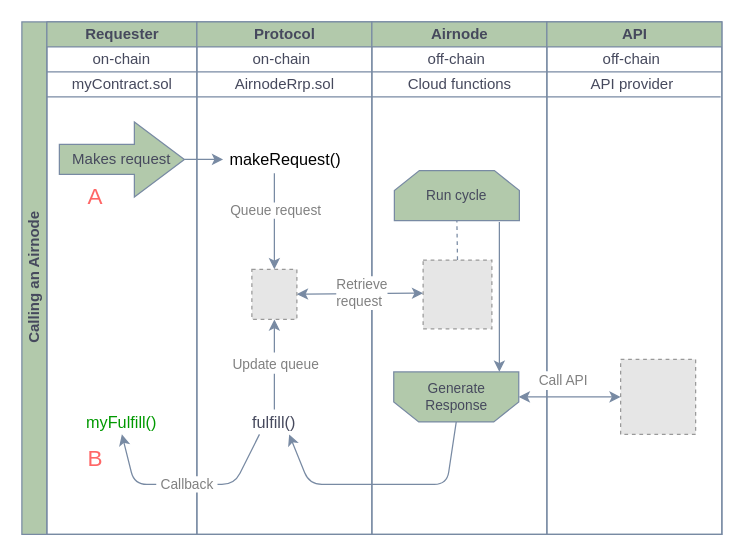
Before: docs/next/assets/diagrams/call-an-airnode.drawio in api3dao/old-api3-docs, a draw.io diagram. Source tidied: cells renumbered, new cells numbered last; positions are measured from the earlier drawing's top-left corner, leaving out a move shared by most shapes. Both pictures are drawn from the tidied source at 125%, with x=0, y=0 at pixel (21, 21). Pictures stored in the file or linked from it are replaced by grey dashed boxes.
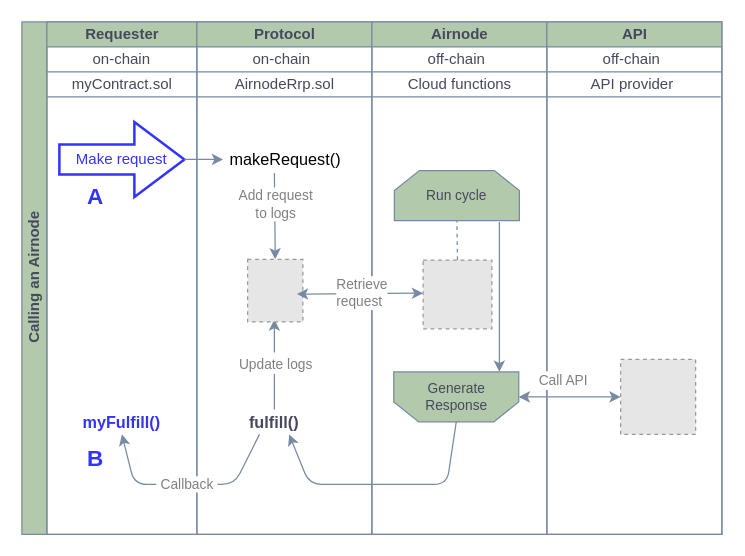
Above is the later version.

Commit message (it also covers changes not shown here):
Diagram work and text about them

The change refers to these unchanged cells:
```xml
<mxCell id="2" value="Calling an Airnode" style="swimlane;html=1;startSize=20;horizontal=0;rounded=0;sketch=0;fontColor=#46495D;strokeColor=#788AA3;fillColor=#B2C9AB;" parent="1" vertex="1">
  <mxGeometry width="560" height="410" as="geometry" />
</mxCell>
<mxCell id="3" value="Requester" style="swimlane;html=1;startSize=20;fillColor=#B2C9AB;strokeColor=#788AA3;fontColor=#46495D;" parent="2" vertex="1">
  <mxGeometry x="20" width="120" height="410" as="geometry" />
</mxCell>
<mxCell id="13" value="Protocol" style="swimlane;html=1;startSize=20;fillColor=#B2C9AB;strokeColor=#788AA3;fontColor=#46495D;" parent="2" vertex="1">
  <mxGeometry x="140" width="140" height="410" as="geometry" />
</mxCell>
<mxCell id="18" value="&lt;font color=&quot;#000000&quot; style=&quot;font-size: 13px;&quot;&gt;makeRequest()&lt;/font&gt;" style="text;html=1;strokeColor=none;fillColor=none;align=center;verticalAlign=middle;whiteSpace=wrap;rounded=0;sketch=0;fontColor=#46495D;fontSize=13;" parent="13" vertex="1">
  <mxGeometry x="21" y="100" width="100" height="20" as="geometry" />
</mxCell>
```

The edit, as a diff of the source:
```diff
@@
-    <mxCell id="6" value="Makes request" style="shape=singleArrow;whiteSpace=wrap;html=1;arrowWidth=0.4;arrowSize=0.4;rounded=0;sketch=0;fontColor=#46495D;strokeColor=#788AA3;fillColor=#B2C9AB;" parent="3" vertex="1">
+    <mxCell id="6" value="&lt;font color=&quot;#3333ff&quot;&gt;Make request&lt;/font&gt;" style="shape=singleArrow;whiteSpace=wrap;html=1;arrowWidth=0.4;arrowSize=0.4;rounded=0;sketch=0;strokeColor=#3333FF;strokeWidth=2;" parent="3" vertex="1">
       <mxGeometry x="10" y="80" width="100" height="60" as="geometry" />
     </mxCell>
@@
-    <mxCell id="9" value="myFulfill()" style="text;html=1;strokeColor=none;fillColor=none;align=center;verticalAlign=middle;whiteSpace=wrap;rounded=0;sketch=0;fontStyle=0;fontColor=#009900;fontSize=13;" parent="3" vertex="1">
+    <mxCell id="9" value="&lt;font color=&quot;#3333ff&quot;&gt;&lt;b&gt;myFulfill()&lt;/b&gt;&lt;/font&gt;" style="text;html=1;strokeColor=none;fillColor=none;align=center;verticalAlign=middle;whiteSpace=wrap;rounded=0;sketch=0;fontStyle=0;fontColor=#009900;fontSize=13;" parent="3" vertex="1">
       <mxGeometry x="30" y="310" width="60" height="20" as="geometry" />
     </mxCell>
-    <mxCell id="10" value="&lt;font style=&quot;font-size: 18px&quot; color=&quot;#ff6666&quot;&gt;A&lt;/font&gt;" style="text;html=1;strokeColor=none;fillColor=none;align=center;verticalAlign=middle;whiteSpace=wrap;rounded=0;sketch=0;fontSize=14;fontColor=#009900;" parent="3" vertex="1">
+    <mxCell id="10" value="&lt;font style=&quot;font-size: 18px&quot; color=&quot;#3333ff&quot;&gt;&lt;b&gt;A&lt;/b&gt;&lt;/font&gt;" style="text;html=1;strokeColor=none;fillColor=none;align=center;verticalAlign=middle;whiteSpace=wrap;rounded=0;sketch=0;fontSize=14;fontColor=#009900;" parent="3" vertex="1">
       <mxGeometry x="19" y="130" width="40" height="20" as="geometry" />
     </mxCell>
-    <mxCell id="11" value="&lt;font style=&quot;font-size: 18px&quot; color=&quot;#ff6666&quot;&gt;B&lt;/font&gt;" style="text;html=1;strokeColor=none;fillColor=none;align=center;verticalAlign=middle;whiteSpace=wrap;rounded=0;sketch=0;fontSize=14;fontColor=#009900;" parent="3" vertex="1">
+    <mxCell id="11" value="&lt;font style=&quot;font-size: 18px&quot; color=&quot;#3333ff&quot;&gt;&lt;b&gt;B&lt;/b&gt;&lt;/font&gt;" style="text;html=1;strokeColor=none;fillColor=none;align=center;verticalAlign=middle;whiteSpace=wrap;rounded=0;sketch=0;fontSize=14;fontColor=#009900;" parent="3" vertex="1">
       <mxGeometry x="19" y="340" width="40" height="20" as="geometry" />
     </mxCell>
@@
-    <mxCell id="15" style="fillColor=#E6E6E6;strokeColor=#999999;dashed=1;verticalLabelPosition=bottom;labelBackgroundColor=#ffffff;verticalAlign=top;" parent="13" vertex="1">
-      <mxGeometry x="44" y="198" width="36" height="40" as="geometry" />
-    </mxCell>
-    <mxCell id="16" style="endArrow=classic;html=1;fontColor=#46495D;strokeColor=#788AA3;fillColor=#B2C9AB;entryX=0.5;entryY=0;entryDx=0;entryDy=0;exitX=0.41;exitY=1.05;exitDx=0;exitDy=0;exitPerimeter=0;" parent="13" edge="1" source="18" target="15">
-      <mxGeometry relative="1" as="geometry" />
+    <mxCell id="16" style="endArrow=classic;html=1;fontColor=#46495D;strokeColor=#788AA3;fillColor=#B2C9AB;exitX=0.41;exitY=1.05;exitDx=0;exitDy=0;exitPerimeter=0;entryX=0.5;entryY=0;entryDx=0;entryDy=0;" parent="13" edge="1" target="40">
+      <mxGeometry relative="1" as="geometry">
+        <mxPoint x="62" y="121" as="sourcePoint" />
+      </mxGeometry>
     </mxCell>
-    <mxCell id="17" value="&lt;font style=&quot;font-size: 11px&quot;&gt;Queue request&lt;/font&gt;" style="edgeLabel;html=1;align=center;verticalAlign=middle;fontColor=#808080;" parent="16" vertex="1">
+    <mxCell id="17" value="&lt;font style=&quot;font-size: 11px&quot;&gt;Add request&lt;br&gt;to logs&lt;br&gt;&lt;/font&gt;" style="edgeLabel;html=1;align=center;verticalAlign=middle;fontColor=#808080;" parent="16" vertex="1">
       <mxGeometry relative="1" as="geometry">
         <mxPoint y="-10" as="offset" />
       </mxGeometry>
     </mxCell>
@@
-    <mxCell id="20" style="edgeStyle=orthogonalEdgeStyle;curved=0;rounded=1;sketch=0;jettySize=auto;html=1;entryX=0.5;entryY=1;entryDx=0;entryDy=0;fontSize=14;fontColor=#009900;startArrow=none;startFill=0;strokeColor=#788AA3;fillColor=#B2C9AB;" parent="13" edge="1" source="22" target="15">
-      <mxGeometry relative="1" as="geometry" />
+    <mxCell id="20" style="edgeStyle=orthogonalEdgeStyle;curved=0;rounded=1;sketch=0;jettySize=auto;html=1;entryX=0.5;entryY=1;entryDx=0;entryDy=0;fontSize=14;fontColor=#009900;startArrow=none;startFill=0;strokeColor=#788AA3;fillColor=#B2C9AB;" parent="13" edge="1" source="22">
+      <mxGeometry relative="1" as="geometry">
+        <mxPoint x="62" y="238" as="targetPoint" />
+      </mxGeometry>
     </mxCell>
-    <mxCell id="21" value="&lt;font style=&quot;font-size: 11px&quot; color=&quot;#808080&quot;&gt;Update queue&lt;/font&gt;" style="edgeLabel;html=1;align=center;verticalAlign=middle;fontSize=14;fontColor=#009900;" parent="20" vertex="1">
+    <mxCell id="21" value="&lt;font style=&quot;font-size: 11px&quot; color=&quot;#808080&quot;&gt;Update logs&lt;/font&gt;" style="edgeLabel;html=1;align=center;verticalAlign=middle;fontSize=14;fontColor=#009900;" parent="20" vertex="1">
       <mxGeometry x="0.06" relative="1" as="geometry" />
     </mxCell>
-    <mxCell id="22" value="&lt;font style=&quot;font-size: 13px;&quot;&gt;fulfill()&lt;/font&gt;" style="text;html=1;strokeColor=none;fillColor=none;align=center;verticalAlign=middle;whiteSpace=wrap;rounded=0;sketch=0;fontColor=#46495D;fontStyle=0;fontSize=13;" parent="13" vertex="1">
+    <mxCell id="22" value="&lt;font style=&quot;font-size: 13px&quot;&gt;&lt;b&gt;fulfill()&lt;/b&gt;&lt;/font&gt;" style="text;html=1;strokeColor=none;fillColor=none;align=center;verticalAlign=middle;whiteSpace=wrap;rounded=0;sketch=0;fontColor=#46495D;fontStyle=0;fontSize=13;" parent="13" vertex="1">
       <mxGeometry x="38.2" y="310" width="47.5" height="20" as="geometry" />
     </mxCell>
+    <mxCell id="40" style="fillColor=#E6E6E6;strokeColor=#999999;dashed=1;verticalLabelPosition=bottom;labelBackgroundColor=#ffffff;verticalAlign=top;" parent="13" vertex="1">
+      <mxGeometry x="40.6" y="190" width="44.2" height="50" as="geometry" />
+    </mxCell>
@@
-    <mxCell id="31" value="&lt;font color=&quot;#808080&quot;&gt;Retrieve&lt;br&gt;request&lt;/font&gt;" style="endArrow=classic;startArrow=classic;html=1;fontColor=#46495D;strokeColor=#788AA3;fillColor=#B2C9AB;entryX=0;entryY=0.5;entryDx=0;entryDy=0;align=left;" parent="2" edge="1" source="15">
+    <mxCell id="31" value="&lt;font color=&quot;#808080&quot;&gt;Retrieve&lt;br&gt;request&lt;/font&gt;" style="endArrow=classic;startArrow=classic;html=1;fontColor=#46495D;strokeColor=#788AA3;fillColor=#B2C9AB;entryX=0;entryY=0.5;entryDx=0;entryDy=0;align=left;" parent="2" edge="1">
       <mxGeometry x="-0.4" y="1" relative="1" as="geometry">
+        <mxPoint x="220" y="217.8" as="sourcePoint" />
         <mxPoint x="321" y="217" as="targetPoint" />
       </mxGeometry>
     </mxCell>
```
